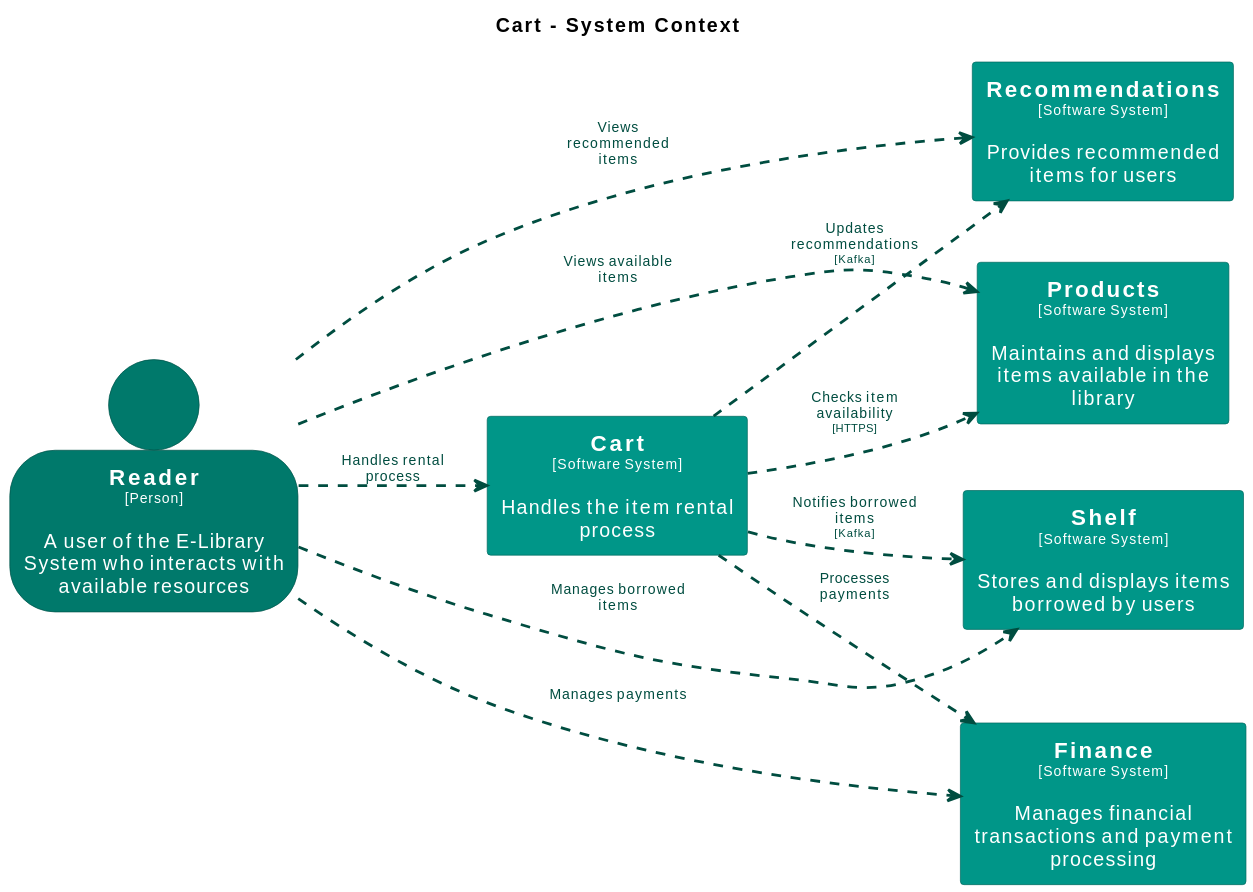
Above: main/svg/SystemContext-004.svg in Goodmorning918/E-Library-Architecture (PlantUML), before the change. Its source is kept beside it as main/puml/SystemContext-004.puml.
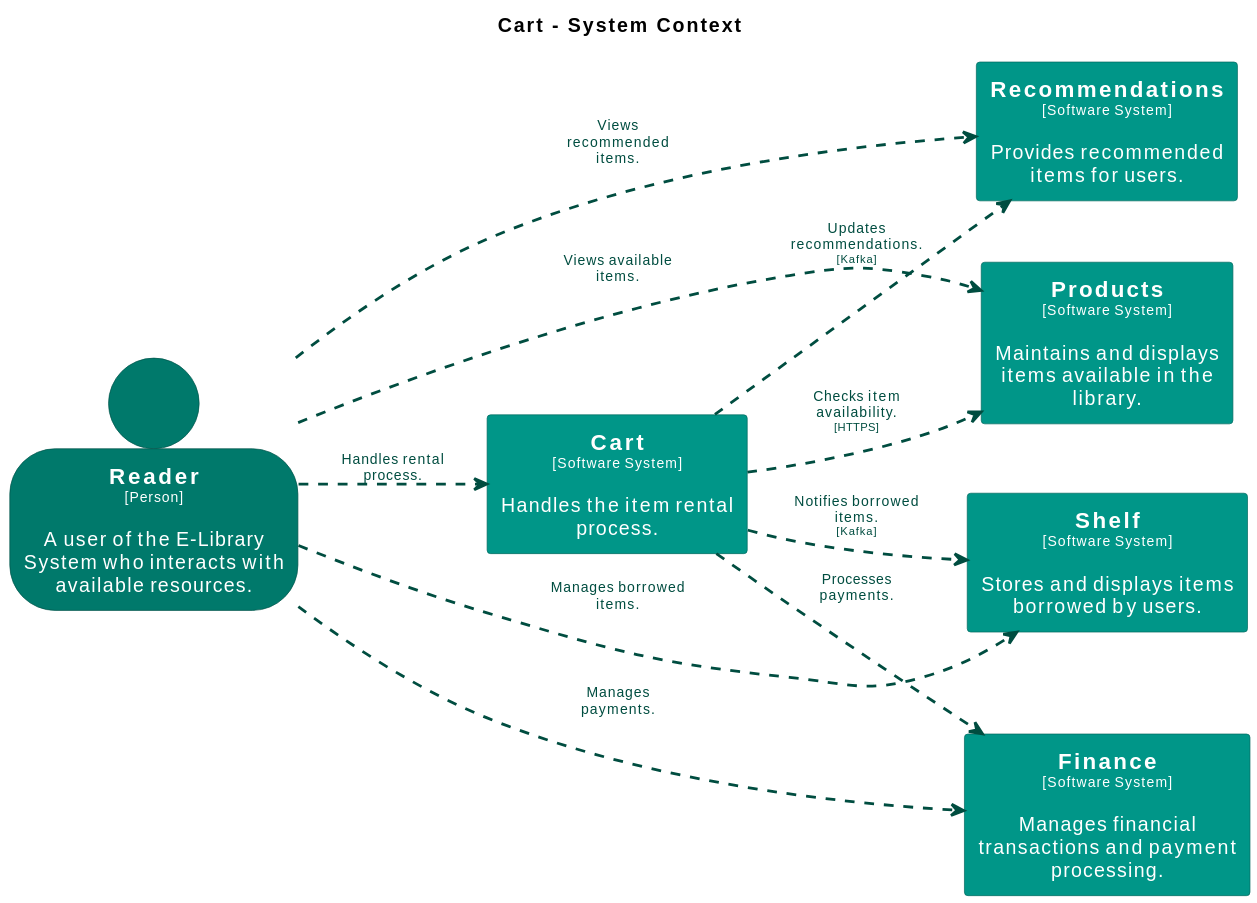
After the commit.

The edit, as a diff of the source:
```diff
@@ -50,20 +50,20 @@
   shadowing false
 }
 
-person "==Reader\n<size:10>[Person]</size>\n\nA user of the E-Library System who interacts with available resources" <<Reader>> as Reader
-rectangle "==Products\n<size:10>[Software System]</size>\n\nMaintains and displays items available in the library" <<Products>> as Products
-rectangle "==Cart\n<size:10>[Software System]</size>\n\nHandles the item rental process" <<Cart>> as Cart
-rectangle "==Recommendations\n<size:10>[Software System]</size>\n\nProvides recommended items for users" <<Recommendations>> as Recommendations
-rectangle "==Finance\n<size:10>[Software System]</size>\n\nManages financial transactions and payment processing" <<Finance>> as Finance
-rectangle "==Shelf\n<size:10>[Software System]</size>\n\nStores and displays items borrowed by users" <<Shelf>> as Shelf
+person "==Reader\n<size:10>[Person]</size>\n\nA user of the E-Library System who interacts with available resources." <<Reader>> as Reader
+rectangle "==Products\n<size:10>[Software System]</size>\n\nMaintains and displays items available in the library." <<Products>> as Products
+rectangle "==Cart\n<size:10>[Software System]</size>\n\nHandles the item rental process." <<Cart>> as Cart
+rectangle "==Recommendations\n<size:10>[Software System]</size>\n\nProvides recommended items for users." <<Recommendations>> as Recommendations
+rectangle "==Finance\n<size:10>[Software System]</size>\n\nManages financial transactions and payment processing." <<Finance>> as Finance
+rectangle "==Shelf\n<size:10>[Software System]</size>\n\nStores and displays items borrowed by users." <<Shelf>> as Shelf
 
-Reader .[#004d40,thickness=2].> Shelf : "<color:#004d40>Manages borrowed items"
-Reader .[#004d40,thickness=2].> Products : "<color:#004d40>Views available items"
-Reader .[#004d40,thickness=2].> Cart : "<color:#004d40>Handles rental process"
-Reader .[#004d40,thickness=2].> Recommendations : "<color:#004d40>Views recommended items"
-Reader .[#004d40,thickness=2].> Finance : "<color:#004d40>Manages payments"
-Cart .[#004d40,thickness=2].> Finance : "<color:#004d40>Processes payments"
-Cart .[#004d40,thickness=2].> Recommendations : "<color:#004d40>Updates recommendations\n<color:#004d40><size:8>[Kafka]</size>"
-Cart .[#004d40,thickness=2].> Shelf : "<color:#004d40>Notifies borrowed items\n<color:#004d40><size:8>[Kafka]</size>"
-Cart .[#004d40,thickness=2].> Products : "<color:#004d40>Checks item availability\n<color:#004d40><size:8>[HTTPS]</size>"
+Reader .[#004d40,thickness=2].> Shelf : "<color:#004d40>Manages borrowed items."
+Reader .[#004d40,thickness=2].> Products : "<color:#004d40>Views available items."
+Reader .[#004d40,thickness=2].> Cart : "<color:#004d40>Handles rental process."
+Reader .[#004d40,thickness=2].> Recommendations : "<color:#004d40>Views recommended items."
+Reader .[#004d40,thickness=2].> Finance : "<color:#004d40>Manages payments."
+Cart .[#004d40,thickness=2].> Finance : "<color:#004d40>Processes payments."
+Cart .[#004d40,thickness=2].> Recommendations : "<color:#004d40>Updates recommendations.\n<color:#004d40><size:8>[Kafka]</size>"
+Cart .[#004d40,thickness=2].> Shelf : "<color:#004d40>Notifies borrowed items.\n<color:#004d40><size:8>[Kafka]</size>"
+Cart .[#004d40,thickness=2].> Products : "<color:#004d40>Checks item availability.\n<color:#004d40><size:8>[HTTPS]</size>"
 @enduml
```
